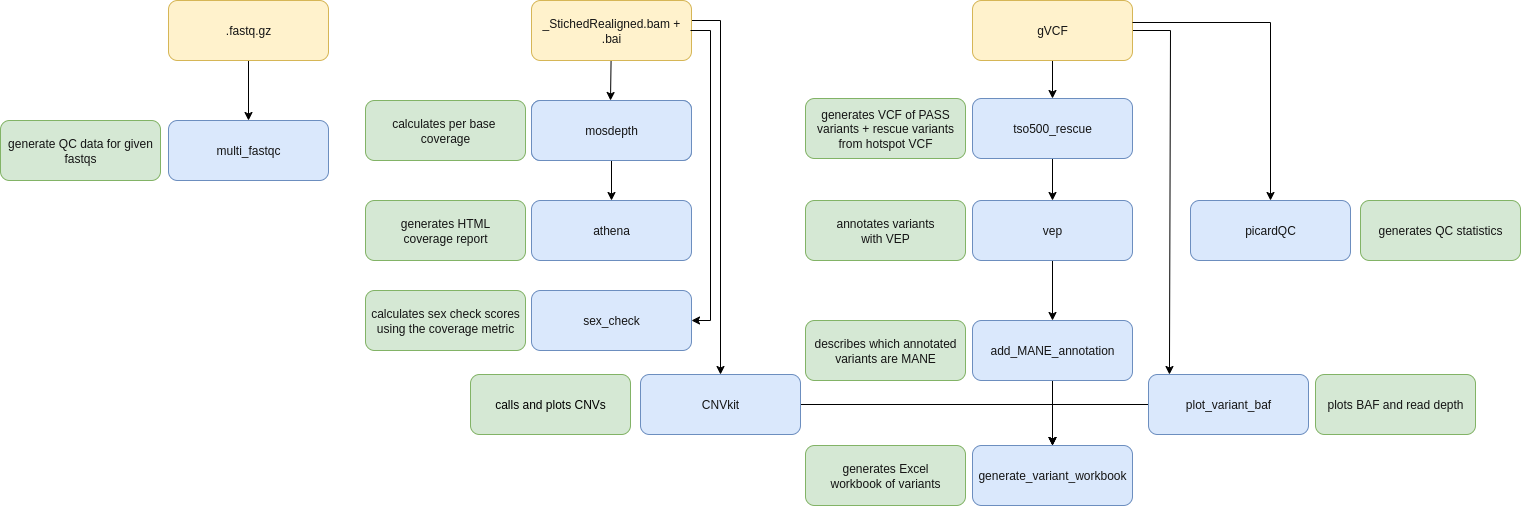
eastgenomics/eggd_TSO500_reports_workflow keeps this draw.io diagram as images/tso500_reports_workflow.png. Above is the earlier version. Source tidied: cells renumbered, new cells last; positions are measured from the earlier drawing's top-left corner, leaving out a move shared by most shapes.
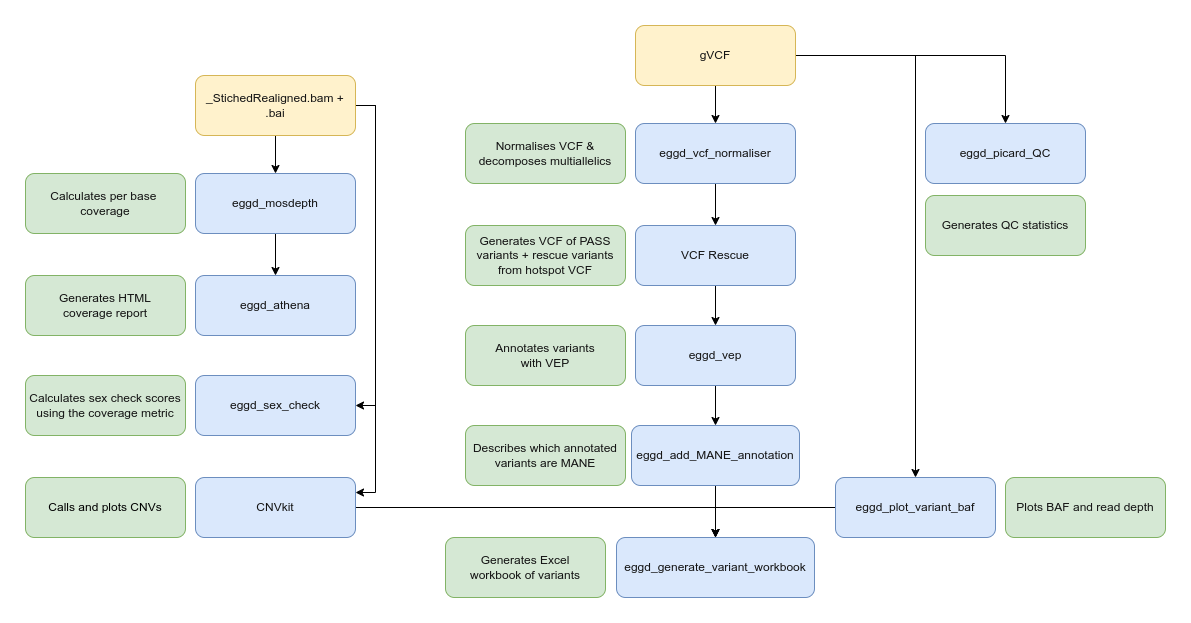
After the change.

Commit message:
updated workflow diagram to include eggd_vcf_normaliser

Change to the diagram source:
```diff
@@ -2,147 +2,116 @@
   <root>
     <mxCell id="0" />
     <mxCell id="1" parent="0" />
-    <mxCell id="2" style="edgeStyle=none;html=1;fontColor=#141414;" parent="1" edge="1" source="4">
-      <mxGeometry relative="1" as="geometry">
-        <mxPoint x="610" y="100" as="targetPoint" />
-      </mxGeometry>
-    </mxCell>
+    <mxCell id="41" style="edgeStyle=orthogonalEdgeStyle;rounded=0;jettySize=auto;html=1;exitX=0.5;exitY=1;exitDx=0;exitDy=0;entryX=0.5;entryY=0;entryDx=0;entryDy=0;" parent="1" edge="1" source="4" target="9">
+      <mxGeometry relative="1" as="geometry" />
+    </mxCell>
+    <mxCell id="42" style="edgeStyle=orthogonalEdgeStyle;rounded=0;jettySize=auto;html=1;exitX=1;exitY=0.5;exitDx=0;exitDy=0;entryX=1;entryY=0.5;entryDx=0;entryDy=0;" parent="1" edge="1" source="4" target="38">
+      <mxGeometry relative="1" as="geometry" />
+    </mxCell>
-    <mxCell id="3" style="edgeStyle=orthogonalEdgeStyle;rounded=0;jettySize=auto;html=1;exitX=1;exitY=0.5;exitDx=0;exitDy=0;entryX=0.5;entryY=0;entryDx=0;entryDy=0;" parent="1" edge="1" source="4" target="33">
-      <mxGeometry relative="1" as="geometry">
-        <Array as="points">
-          <mxPoint x="691" y="20" />
-          <mxPoint x="720" y="20" />
-        </Array>
-      </mxGeometry>
+    <mxCell id="3" style="edgeStyle=orthogonalEdgeStyle;rounded=0;jettySize=auto;html=1;exitX=1;exitY=0.5;exitDx=0;exitDy=0;entryX=1;entryY=0.25;entryDx=0;entryDy=0;" parent="1" edge="1" source="4" target="33">
+      <mxGeometry relative="1" as="geometry" />
     </mxCell>
     <mxCell id="4" value="_StichedRealigned.bam + .bai" style="rounded=1;whiteSpace=wrap;html=1;fillColor=#fff2cc;strokeColor=#d6b656;fontColor=#141414;" parent="1" vertex="1">
-      <mxGeometry x="531" width="160" height="60" as="geometry" />
+      <mxGeometry x="520" y="50" width="160" height="60" as="geometry" />
     </mxCell>
-    <mxCell id="5" style="edgeStyle=orthogonalEdgeStyle;rounded=0;jettySize=auto;html=1;" parent="1" edge="1" source="7" target="11">
-      <mxGeometry relative="1" as="geometry" />
-    </mxCell>
+    <mxCell id="43" style="edgeStyle=orthogonalEdgeStyle;rounded=0;jettySize=auto;html=1;exitX=1;exitY=0.5;exitDx=0;exitDy=0;entryX=0.5;entryY=0;entryDx=0;entryDy=0;" parent="1" edge="1" source="7" target="36">
+      <mxGeometry relative="1" as="geometry" />
+    </mxCell>
-    <mxCell id="6" style="edgeStyle=orthogonalEdgeStyle;rounded=0;jettySize=auto;html=1;entryX=0.131;entryY=0;entryDx=0;entryDy=0;entryPerimeter=0;" parent="1" edge="1" source="7" target="28">
-      <mxGeometry relative="1" as="geometry">
-        <Array as="points">
-          <mxPoint x="1170" y="30" />
-        </Array>
-      </mxGeometry>
+    <mxCell id="6" style="edgeStyle=orthogonalEdgeStyle;rounded=0;jettySize=auto;html=1;exitX=1;exitY=0.5;exitDx=0;exitDy=0;entryX=0.5;entryY=0;entryDx=0;entryDy=0;" parent="1" edge="1" source="7" target="28">
+      <mxGeometry relative="1" as="geometry" />
     </mxCell>
+    <mxCell id="44" style="edgeStyle=orthogonalEdgeStyle;rounded=0;jettySize=auto;html=1;exitX=0.5;exitY=1;exitDx=0;exitDy=0;entryX=0.5;entryY=0;entryDx=0;entryDy=0;" parent="1" edge="1" source="7" target="48">
+      <mxGeometry relative="1" as="geometry" />
+    </mxCell>
     <mxCell id="7" value="gVCF" style="rounded=1;whiteSpace=wrap;html=1;fillColor=#fff2cc;strokeColor=#d6b656;fontColor=#141414;" parent="1" vertex="1">
-      <mxGeometry x="972" width="160" height="60" as="geometry" />
+      <mxGeometry x="960" width="160" height="60" as="geometry" />
     </mxCell>
-    <mxCell id="8" style="edgeStyle=none;html=1;fontColor=#141414;entryX=0.5;entryY=0;entryDx=0;entryDy=0;" parent="1" edge="1" source="9" target="12">
+    <mxCell id="8" style="edgeStyle=orthogonalEdgeStyle;rounded=0;jettySize=auto;html=1;exitX=0.5;exitY=1;exitDx=0;exitDy=0;entryX=0.5;entryY=0;entryDx=0;entryDy=0;" parent="1" edge="1" source="9" target="12">
       <mxGeometry relative="1" as="geometry" />
     </mxCell>
-    <mxCell id="9" value="&lt;font color=&quot;#141414&quot;&gt;mosdepth&lt;/font&gt;" style="rounded=1;whiteSpace=wrap;html=1;fillColor=#dae8fc;strokeColor=#6c8ebf;" parent="1" vertex="1">
-      <mxGeometry x="531" y="100" width="160" height="60" as="geometry" />
+    <mxCell id="9" value="&lt;font color=&quot;#141414&quot;&gt;eggd_mosdepth&lt;/font&gt;" style="rounded=1;whiteSpace=wrap;html=1;fillColor=#dae8fc;strokeColor=#6c8ebf;" parent="1" vertex="1">
+      <mxGeometry x="520" y="148" width="160" height="60" as="geometry" />
     </mxCell>
     <mxCell id="10" style="edgeStyle=none;html=1;fontColor=#141414;" parent="1" edge="1" source="11" target="15">
       <mxGeometry relative="1" as="geometry" />
     </mxCell>
-    <mxCell id="11" value="&lt;font color=&quot;#141414&quot;&gt;tso500_rescue&lt;/font&gt;" style="rounded=1;whiteSpace=wrap;html=1;fillColor=#dae8fc;strokeColor=#6c8ebf;" parent="1" vertex="1">
-      <mxGeometry x="972" y="98" width="160" height="60" as="geometry" />
+    <mxCell id="11" value="&lt;font color=&quot;#141414&quot;&gt;VCF Rescue&lt;/font&gt;" style="rounded=1;whiteSpace=wrap;html=1;fillColor=#dae8fc;strokeColor=#6c8ebf;" parent="1" vertex="1">
+      <mxGeometry x="960" y="200" width="160" height="60" as="geometry" />
     </mxCell>
-    <mxCell id="12" value="&lt;font color=&quot;#141414&quot;&gt;athena&lt;/font&gt;" style="rounded=1;whiteSpace=wrap;html=1;fillColor=#dae8fc;strokeColor=#6c8ebf;" parent="1" vertex="1">
-      <mxGeometry x="531" y="200" width="160" height="60" as="geometry" />
+    <mxCell id="12" value="&lt;font color=&quot;#141414&quot;&gt;eggd_athena&lt;/font&gt;" style="rounded=1;whiteSpace=wrap;html=1;fillColor=#dae8fc;strokeColor=#6c8ebf;" parent="1" vertex="1">
+      <mxGeometry x="520" y="250" width="160" height="60" as="geometry" />
     </mxCell>
-    <mxCell id="13" style="edgeStyle=none;html=1;fontColor=#141414;" parent="1" edge="1" target="16">
-      <mxGeometry relative="1" as="geometry">
-        <mxPoint x="1052" y="380" as="sourcePoint" />
-      </mxGeometry>
-    </mxCell>
     <mxCell id="14" style="edgeStyle=orthogonalEdgeStyle;rounded=0;jettySize=auto;html=1;exitX=0.5;exitY=1;exitDx=0;exitDy=0;" parent="1" edge="1" source="15" target="29">
       <mxGeometry relative="1" as="geometry" />
     </mxCell>
-    <mxCell id="15" value="&lt;font color=&quot;#141414&quot;&gt;vep&lt;/font&gt;" style="rounded=1;whiteSpace=wrap;html=1;fillColor=#dae8fc;strokeColor=#6c8ebf;" parent="1" vertex="1">
-      <mxGeometry x="972" y="200" width="160" height="60" as="geometry" />
+    <mxCell id="15" value="&lt;font color=&quot;#141414&quot;&gt;eggd_vep&lt;/font&gt;" style="rounded=1;whiteSpace=wrap;html=1;fillColor=#dae8fc;strokeColor=#6c8ebf;" parent="1" vertex="1">
+      <mxGeometry x="960" y="300" width="160" height="60" as="geometry" />
     </mxCell>
-    <mxCell id="16" value="&lt;font color=&quot;#141414&quot;&gt;generate_variant_workbook&lt;/font&gt;" style="rounded=1;whiteSpace=wrap;html=1;fillColor=#dae8fc;strokeColor=#6c8ebf;" parent="1" vertex="1">
-      <mxGeometry x="972" y="445" width="160" height="60" as="geometry" />
+    <mxCell id="16" value="&lt;font color=&quot;#141414&quot;&gt;eggd_generate_variant_workbook&lt;/font&gt;" style="rounded=1;whiteSpace=wrap;html=1;fillColor=#dae8fc;strokeColor=#6c8ebf;" parent="1" vertex="1">
+      <mxGeometry x="941" y="512" width="198" height="60" as="geometry" />
     </mxCell>
-    <mxCell id="17" value="&lt;font color=&quot;#141414&quot;&gt;generates VCF of PASS variants + rescue variants from hotspot VCF&lt;/font&gt;" style="rounded=1;whiteSpace=wrap;html=1;fillColor=#d5e8d4;strokeColor=#82b366;" parent="1" vertex="1">
-      <mxGeometry x="805" y="98" width="160" height="60" as="geometry" />
+    <mxCell id="17" value="&lt;font color=&quot;#141414&quot;&gt;Generates VCF of PASS variants + rescue variants from hotspot VCF&lt;/font&gt;" style="rounded=1;whiteSpace=wrap;html=1;fillColor=#d5e8d4;strokeColor=#82b366;" parent="1" vertex="1">
+      <mxGeometry x="790" y="200" width="160" height="60" as="geometry" />
     </mxCell>
-    <mxCell id="18" value="&lt;font color=&quot;#141414&quot;&gt;annotates variants&lt;br&gt;with VEP&lt;/font&gt;" style="rounded=1;whiteSpace=wrap;html=1;fillColor=#d5e8d4;strokeColor=#82b366;" parent="1" vertex="1">
-      <mxGeometry x="805" y="200" width="160" height="60" as="geometry" />
+    <mxCell id="18" value="&lt;font color=&quot;#141414&quot;&gt;Annotates variants&lt;br&gt;with VEP&lt;/font&gt;" style="rounded=1;whiteSpace=wrap;html=1;fillColor=#d5e8d4;strokeColor=#82b366;" parent="1" vertex="1">
+      <mxGeometry x="790" y="300" width="160" height="60" as="geometry" />
     </mxCell>
-    <mxCell id="19" value="&lt;font color=&quot;#141414&quot;&gt;generates Excel &lt;br&gt;workbook of variants&lt;/font&gt;" style="rounded=1;whiteSpace=wrap;html=1;fillColor=#d5e8d4;strokeColor=#82b366;" parent="1" vertex="1">
-      <mxGeometry x="805" y="445" width="160" height="60" as="geometry" />
+    <mxCell id="19" value="&lt;font color=&quot;#141414&quot;&gt;Generates Excel &lt;br&gt;workbook of variants&lt;/font&gt;" style="rounded=1;whiteSpace=wrap;html=1;fillColor=#d5e8d4;strokeColor=#82b366;" parent="1" vertex="1">
+      <mxGeometry x="770" y="512" width="160" height="60" as="geometry" />
     </mxCell>
-    <mxCell id="20" value="&lt;font color=&quot;#141414&quot;&gt;calculates per base&amp;nbsp;&lt;br&gt;coverage&lt;br&gt;&lt;/font&gt;" style="rounded=1;whiteSpace=wrap;html=1;fillColor=#d5e8d4;strokeColor=#82b366;" parent="1" vertex="1">
-      <mxGeometry x="365" y="100" width="160" height="60" as="geometry" />
+    <mxCell id="20" value="&lt;font color=&quot;#141414&quot;&gt;Calculates per base&amp;nbsp;&lt;br&gt;coverage&lt;br&gt;&lt;/font&gt;" style="rounded=1;whiteSpace=wrap;html=1;fillColor=#d5e8d4;strokeColor=#82b366;" parent="1" vertex="1">
+      <mxGeometry x="350" y="148" width="160" height="60" as="geometry" />
     </mxCell>
-    <mxCell id="21" value="&lt;font color=&quot;#141414&quot;&gt;generates HTML&lt;br&gt;coverage report&lt;br&gt;&lt;/font&gt;" style="rounded=1;whiteSpace=wrap;html=1;fillColor=#d5e8d4;strokeColor=#82b366;" parent="1" vertex="1">
-      <mxGeometry x="365" y="200" width="160" height="60" as="geometry" />
+    <mxCell id="21" value="&lt;font color=&quot;#141414&quot;&gt;Generates HTML&lt;br&gt;coverage report&lt;br&gt;&lt;/font&gt;" style="rounded=1;whiteSpace=wrap;html=1;fillColor=#d5e8d4;strokeColor=#82b366;" parent="1" vertex="1">
+      <mxGeometry x="350" y="250" width="160" height="60" as="geometry" />
     </mxCell>
-    <mxCell id="22" style="edgeStyle=none;html=1;fontColor=#141414;" parent="1" edge="1" source="23" target="24">
-      <mxGeometry relative="1" as="geometry" />
-    </mxCell>
-    <mxCell id="23" value=".fastq.gz" style="rounded=1;whiteSpace=wrap;html=1;fillColor=#fff2cc;strokeColor=#d6b656;fontColor=#141414;" parent="1" vertex="1">
-      <mxGeometry x="168" width="160" height="60" as="geometry" />
-    </mxCell>
-    <mxCell id="24" value="&lt;font color=&quot;#141414&quot;&gt;multi_fastqc&lt;/font&gt;" style="rounded=1;whiteSpace=wrap;html=1;fillColor=#dae8fc;strokeColor=#6c8ebf;" parent="1" vertex="1">
-      <mxGeometry x="168" y="120" width="160" height="60" as="geometry" />
-    </mxCell>
-    <mxCell id="25" value="&lt;font color=&quot;#141414&quot;&gt;generate QC data for given fastqs&lt;/font&gt;" style="rounded=1;whiteSpace=wrap;html=1;fillColor=#d5e8d4;strokeColor=#82b366;" parent="1" vertex="1">
-      <mxGeometry y="120" width="160" height="60" as="geometry" />
-    </mxCell>
-    <mxCell id="26" value="&lt;font color=&quot;#141414&quot;&gt;mosdepth&lt;/font&gt;" style="rounded=1;whiteSpace=wrap;html=1;fillColor=#dae8fc;strokeColor=#6c8ebf;" parent="1" vertex="1">
-      <mxGeometry x="531" y="100" width="160" height="60" as="geometry" />
-    </mxCell>
     <mxCell id="27" style="edgeStyle=orthogonalEdgeStyle;rounded=0;jettySize=auto;html=1;exitX=0;exitY=0.5;exitDx=0;exitDy=0;entryX=0.5;entryY=0;entryDx=0;entryDy=0;" parent="1" edge="1" source="28" target="16">
       <mxGeometry relative="1" as="geometry" />
     </mxCell>
-    <mxCell id="28" value="&lt;font color=&quot;#141414&quot;&gt;plot_variant_baf&lt;/font&gt;" style="rounded=1;whiteSpace=wrap;html=1;fillColor=#dae8fc;strokeColor=#6c8ebf;" parent="1" vertex="1">
-      <mxGeometry x="1148" y="374" width="160" height="60" as="geometry" />
+    <mxCell id="28" value="&lt;font color=&quot;#141414&quot;&gt;eggd_plot_variant_baf&lt;/font&gt;" style="rounded=1;whiteSpace=wrap;html=1;fillColor=#dae8fc;strokeColor=#6c8ebf;" parent="1" vertex="1">
+      <mxGeometry x="1160" y="452" width="160" height="60" as="geometry" />
     </mxCell>
+    <mxCell id="45" style="edgeStyle=orthogonalEdgeStyle;rounded=0;jettySize=auto;html=1;exitX=0.5;exitY=1;exitDx=0;exitDy=0;entryX=0.5;entryY=0;entryDx=0;entryDy=0;" parent="1" edge="1" source="29" target="16">
+      <mxGeometry relative="1" as="geometry" />
+    </mxCell>
-    <mxCell id="29" value="&lt;font color=&quot;#141414&quot;&gt;add_MANE_annotation&lt;/font&gt;" style="rounded=1;whiteSpace=wrap;html=1;fillColor=#dae8fc;strokeColor=#6c8ebf;" parent="1" vertex="1">
-      <mxGeometry x="972" y="320" width="160" height="60" as="geometry" />
+    <mxCell id="29" value="&lt;font color=&quot;#141414&quot;&gt;eggd_add_MANE_annotation&lt;/font&gt;" style="rounded=1;whiteSpace=wrap;html=1;fillColor=#dae8fc;strokeColor=#6c8ebf;" parent="1" vertex="1">
+      <mxGeometry x="956" y="400" width="168" height="60" as="geometry" />
     </mxCell>
-    <mxCell id="30" value="&lt;font color=&quot;#141414&quot;&gt;describes which annotated&lt;/font&gt;&lt;div&gt;&lt;font color=&quot;#141414&quot;&gt;variants are MANE&lt;/font&gt;&lt;/div&gt;" style="rounded=1;whiteSpace=wrap;html=1;fillColor=#d5e8d4;strokeColor=#82b366;" parent="1" vertex="1">
-      <mxGeometry x="805" y="320" width="160" height="60" as="geometry" />
+    <mxCell id="30" value="&lt;font color=&quot;#141414&quot;&gt;Describes which annotated&lt;/font&gt;&lt;div&gt;&lt;font color=&quot;#141414&quot;&gt;variants are MANE&lt;/font&gt;&lt;/div&gt;" style="rounded=1;whiteSpace=wrap;html=1;fillColor=#d5e8d4;strokeColor=#82b366;" parent="1" vertex="1">
+      <mxGeometry x="790" y="400" width="160" height="60" as="geometry" />
     </mxCell>
-    <mxCell id="31" value="&lt;font color=&quot;#141414&quot;&gt;plots BAF and read depth&lt;/font&gt;" style="rounded=1;whiteSpace=wrap;html=1;fillColor=#d5e8d4;strokeColor=#82b366;" parent="1" vertex="1">
-      <mxGeometry x="1315" y="374" width="160" height="60" as="geometry" />
+    <mxCell id="31" value="&lt;font color=&quot;#141414&quot;&gt;Plots BAF and read depth&lt;/font&gt;" style="rounded=1;whiteSpace=wrap;html=1;fillColor=#d5e8d4;strokeColor=#82b366;" parent="1" vertex="1">
+      <mxGeometry x="1330" y="452" width="160" height="60" as="geometry" />
     </mxCell>
     <mxCell id="32" style="edgeStyle=orthogonalEdgeStyle;rounded=0;jettySize=auto;html=1;entryX=0.5;entryY=0;entryDx=0;entryDy=0;" parent="1" edge="1" source="33" target="16">
       <mxGeometry relative="1" as="geometry" />
     </mxCell>
     <mxCell id="33" value="&lt;font color=&quot;#141414&quot;&gt;CNVkit&lt;/font&gt;" style="rounded=1;whiteSpace=wrap;html=1;fillColor=#dae8fc;strokeColor=#6c8ebf;" parent="1" vertex="1">
-      <mxGeometry x="640" y="374" width="160" height="60" as="geometry" />
+      <mxGeometry x="520" y="452" width="160" height="60" as="geometry" />
     </mxCell>
-    <mxCell id="34" value="calls and plots CNVs" style="rounded=1;whiteSpace=wrap;html=1;fillColor=#d5e8d4;strokeColor=#82b366;" parent="1" vertex="1">
-      <mxGeometry x="470" y="374" width="160" height="60" as="geometry" />
+    <mxCell id="34" value="Calls and plots CNVs" style="rounded=1;whiteSpace=wrap;html=1;fillColor=#d5e8d4;strokeColor=#82b366;" parent="1" vertex="1">
+      <mxGeometry x="350" y="452" width="160" height="60" as="geometry" />
     </mxCell>
-    <mxCell id="35" value="&lt;font color=&quot;#141414&quot;&gt;generates QC statistics&lt;/font&gt;" style="rounded=1;whiteSpace=wrap;html=1;fillColor=#d5e8d4;strokeColor=#82b366;" parent="1" vertex="1">
-      <mxGeometry x="1360" y="200" width="160" height="60" as="geometry" />
+    <mxCell id="35" value="&lt;font color=&quot;#141414&quot;&gt;Generates QC statistics&lt;/font&gt;" style="rounded=1;whiteSpace=wrap;html=1;fillColor=#d5e8d4;strokeColor=#82b366;" parent="1" vertex="1">
+      <mxGeometry x="1250" y="170" width="160" height="60" as="geometry" />
     </mxCell>
-    <mxCell id="36" value="&lt;font color=&quot;#141414&quot;&gt;picardQC&lt;/font&gt;" style="rounded=1;whiteSpace=wrap;html=1;fillColor=#dae8fc;strokeColor=#6c8ebf;" parent="1" vertex="1">
-      <mxGeometry x="1190" y="200" width="160" height="60" as="geometry" />
+    <mxCell id="36" value="&lt;font color=&quot;#141414&quot;&gt;eggd_picard_QC&lt;/font&gt;" style="rounded=1;whiteSpace=wrap;html=1;fillColor=#dae8fc;strokeColor=#6c8ebf;" parent="1" vertex="1">
+      <mxGeometry x="1250" y="98" width="160" height="60" as="geometry" />
     </mxCell>
-    <mxCell id="37" style="edgeStyle=orthogonalEdgeStyle;rounded=0;jettySize=auto;html=1;entryX=0.5;entryY=0;entryDx=0;entryDy=0;" parent="1" edge="1" target="36">
-      <mxGeometry relative="1" as="geometry">
-        <mxPoint x="1132" y="22" as="sourcePoint" />
-        <Array as="points">
-          <mxPoint x="1270" y="22" />
-          <mxPoint x="1270" y="200" />
-        </Array>
-      </mxGeometry>
-    </mxCell>
-    <mxCell id="38" value="&lt;font color=&quot;#141414&quot;&gt;sex_check&lt;/font&gt;" style="rounded=1;whiteSpace=wrap;html=1;fillColor=#dae8fc;strokeColor=#6c8ebf;" parent="1" vertex="1">
-      <mxGeometry x="531" y="290" width="160" height="60" as="geometry" />
+    <mxCell id="38" value="&lt;font color=&quot;#141414&quot;&gt;eggd_sex_check&lt;/font&gt;" style="rounded=1;whiteSpace=wrap;html=1;fillColor=#dae8fc;strokeColor=#6c8ebf;" parent="1" vertex="1">
+      <mxGeometry x="520" y="350" width="160" height="60" as="geometry" />
     </mxCell>
-    <mxCell id="39" value="&lt;font color=&quot;#141414&quot;&gt;calculates sex check scores using the coverage metric&lt;/font&gt;" style="rounded=1;whiteSpace=wrap;html=1;fillColor=#d5e8d4;strokeColor=#82b366;" parent="1" vertex="1">
-      <mxGeometry x="365" y="290" width="160" height="60" as="geometry" />
+    <mxCell id="39" value="&lt;font color=&quot;#141414&quot;&gt;Calculates sex check scores using the coverage metric&lt;/font&gt;" style="rounded=1;whiteSpace=wrap;html=1;fillColor=#d5e8d4;strokeColor=#82b366;" parent="1" vertex="1">
+      <mxGeometry x="350" y="350" width="160" height="60" as="geometry" />
     </mxCell>
-    <mxCell id="40" style="edgeStyle=orthogonalEdgeStyle;rounded=0;jettySize=auto;html=1;exitX=1;exitY=0.5;exitDx=0;exitDy=0;entryX=1;entryY=0.5;entryDx=0;entryDy=0;" parent="1" edge="1" target="38">
-      <mxGeometry relative="1" as="geometry">
-        <mxPoint x="690" y="30" as="sourcePoint" />
-        <Array as="points">
-          <mxPoint x="710" y="30" />
-          <mxPoint x="710" y="320" />
-        </Array>
-      </mxGeometry>
-    </mxCell>
+    <mxCell id="46" value="&lt;font color=&quot;#141414&quot;&gt;Normalises VCF &amp;amp; decomposes multiallelics&lt;/font&gt;" style="rounded=1;whiteSpace=wrap;html=1;fillColor=#d5e8d4;strokeColor=#82b366;" parent="1" vertex="1">
+      <mxGeometry x="790" y="98" width="160" height="60" as="geometry" />
+    </mxCell>
+    <mxCell id="47" style="edgeStyle=orthogonalEdgeStyle;rounded=0;jettySize=auto;html=1;exitX=0.5;exitY=1;exitDx=0;exitDy=0;entryX=0.5;entryY=0;entryDx=0;entryDy=0;" parent="1" edge="1" source="48" target="11">
+      <mxGeometry relative="1" as="geometry" />
+    </mxCell>
+    <mxCell id="48" value="&lt;font color=&quot;#141414&quot;&gt;eggd_vcf_normaliser&lt;/font&gt;" style="rounded=1;whiteSpace=wrap;html=1;fillColor=#dae8fc;strokeColor=#6c8ebf;" parent="1" vertex="1">
+      <mxGeometry x="960" y="98" width="160" height="60" as="geometry" />
+    </mxCell>
   </root>
 </mxGraphModel>
```
